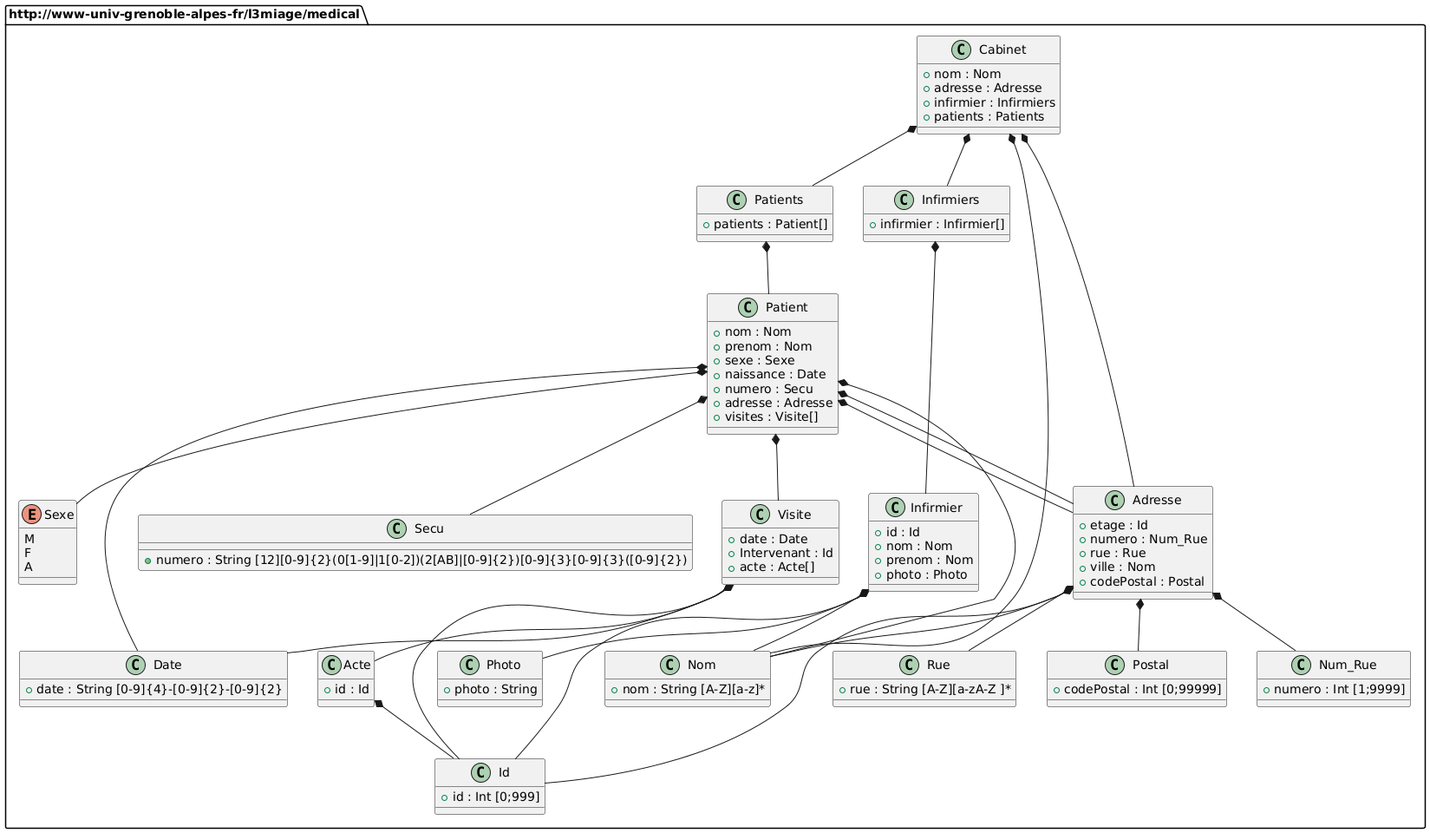
This is data/PlantUML_Schema.png from SolarHauks/CabinetInfirmier, a PlantUML export, as it was before one commit.
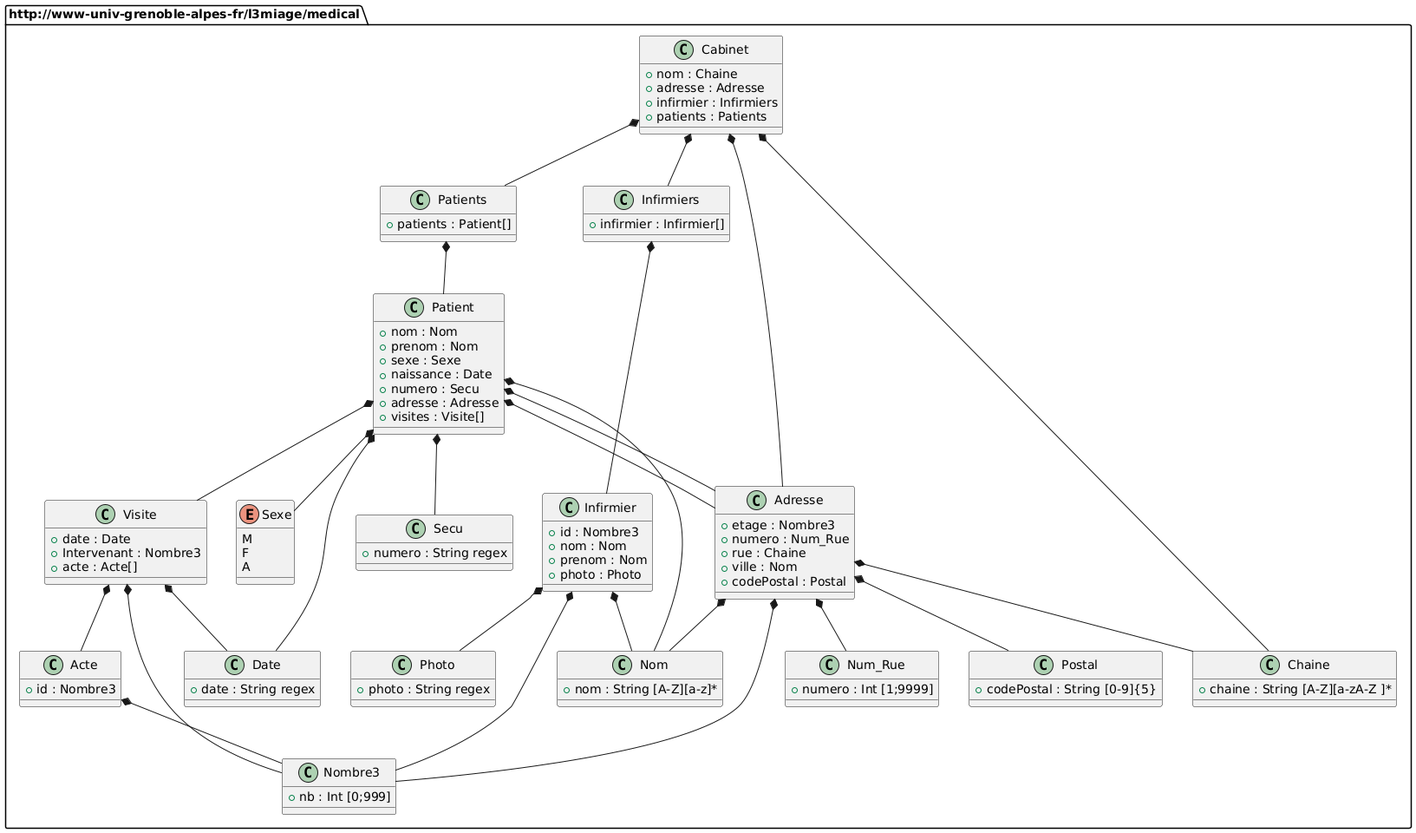
Above is the later version.

Commit message:
Correction du XML Schema (voir plus bas). Maj du PlantUML et maj de l'image en conséquence

Correction de certains types simples. Correction du choix element / attribut (souvent expliquer en commentaire).

What changed in the source:
```diff
@@ -1,7 +1,7 @@
 @startuml
 package http://www-univ-grenoble-alpes-fr/l3miage/medical {
         class Cabinet {
-            +nom : Nom
+            +nom : Chaine
             +adresse : Adresse
             +infirmier : Infirmiers
             +patients : Patients
@@ -12,7 +12,7 @@
         }
 
         class Infirmier {
-            +id : Id
+            +id : Nombre3
             +nom : Nom
             +prenom : Nom
             +photo : Photo
@@ -33,21 +33,21 @@
         }
 
         class Adresse {
-            +etage : Id
+            +etage : Nombre3
             +numero : Num_Rue
-            +rue : Rue
+            +rue : Chaine
             +ville : Nom
             +codePostal : Postal
         }
 
         class Visite {
             +date : Date
-            +Intervenant : Id
+            +Intervenant : Nombre3
             +acte : Acte[]
         }
 
         class Acte {
-            +id : Id
+            +id : Nombre3
         }
 
 
@@ -55,12 +55,12 @@
             +nom : String [A-Z][a-z]*
         }
 
-        class Id {
-            +id : Int [0;999]
+        class Nombre3 {
+            +nb : Int [0;999]
         }
 
         class Photo {
-            +photo : String
+            +photo : String regex
         }
 
         enum Sexe {
@@ -70,23 +70,23 @@
         }
 
         class Date {
-            +date : String [0-9]{4}-[0-9]{2}-[0-9]{2}
+            +date : String regex
         }
 
         class Secu {
-            +numero : String [12][0-9]{2}(0[1-9]|1[0-2])(2[AB]|[0-9]{2})[0-9]{3}[0-9]{3}([0-9]{2})
+            +numero : String regex
         }
 
         class Num_Rue {
             +numero : Int [1;9999]
         }
 
-        class Rue {
-            +rue : String [A-Z][a-zA-Z ]*
+        class Chaine {
+            +chaine : String [A-Z][a-zA-Z ]*
         }
 
         class Postal {
-            +codePostal : Int [0;99999]
+            +codePostal : String [0-9]{5}
         }
 
     }
@@ -99,9 +99,9 @@
 Patient *-- Adresse
 Visite *-- Acte
 
-Cabinet *-- Nom
+Cabinet *-- Chaine
 Cabinet *-- Adresse
-Infirmier *-- Id
+Infirmier *-- Nombre3
 Infirmier *-- Nom
 Infirmier *-- Photo
 Patient *-- Nom
@@ -110,11 +110,11 @@
 Patient *-- Secu
 Patient *-- Adresse
 Visite *-- Date
-Visite *-- Id
-Acte *-- Id
-Adresse *-- Num_Rue
-Adresse *-- Rue
+Visite *-- Nombre3
+Acte *-- Nombre3
+Adresse *-- Chaine
+Adresse *-- Nombre3
 Adresse *-- Postal
 Adresse *-- Nom
-Adresse *-- Id
+Adresse *-- Num_Rue
 @enduml
```
